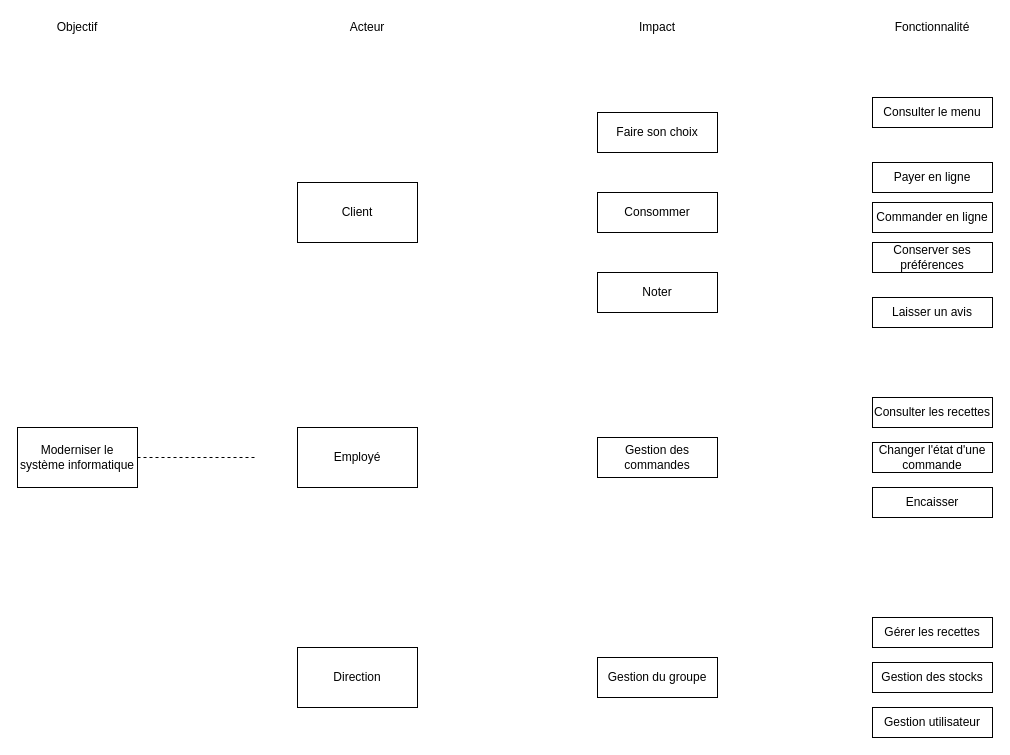
Before: Impact map.drawio in damien-devpy/OC-P4, a draw.io diagram. Source tidied: cells renumbered, new cells numbered last; positions are measured from the earlier drawing's top-left corner, leaving out a move shared by most shapes. Both pictures are drawn from the tidied source at 100%, with x=0, y=0 at pixel (17, 17).
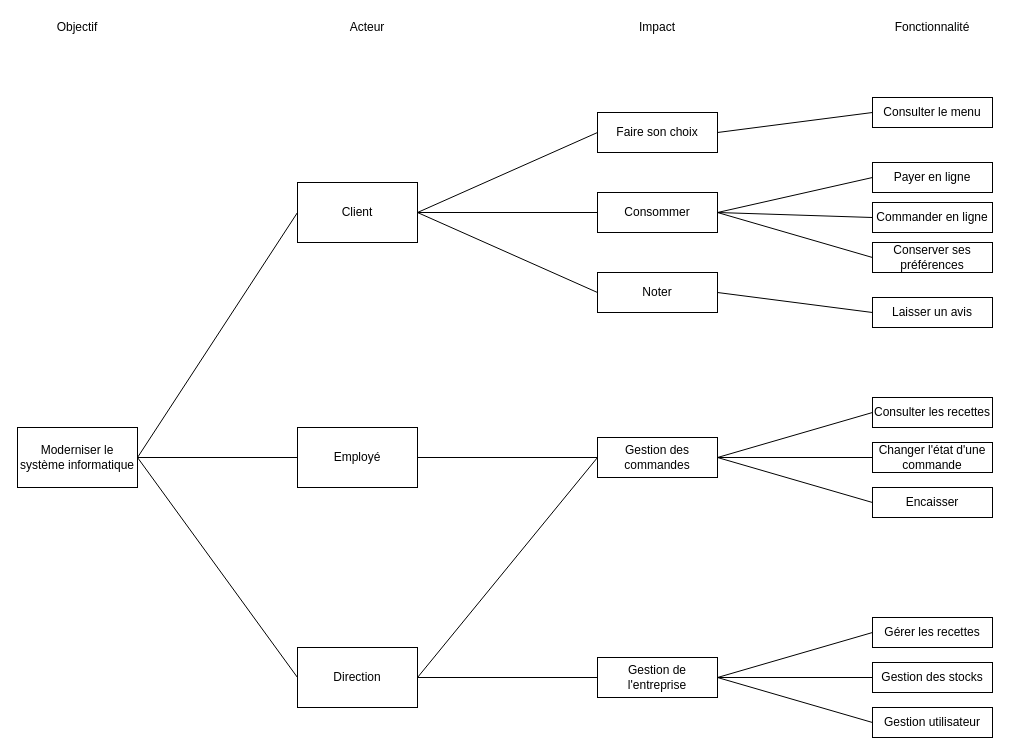
After the change.

The change refers to these unchanged cells:
```xml
<mxCell id="2" value="Moderniser le système informatique" style="rounded=0;whiteSpace=wrap;html=1;" parent="1" vertex="1">
  <mxGeometry y="410" width="120" height="60" as="geometry" />
</mxCell>
<mxCell id="8" value="Client" style="rounded=0;whiteSpace=wrap;html=1;" parent="1" vertex="1">
  <mxGeometry x="280" y="165" width="120" height="60" as="geometry" />
</mxCell>
<mxCell id="9" value="Employé" style="rounded=0;whiteSpace=wrap;html=1;" parent="1" vertex="1">
  <mxGeometry x="280" y="410" width="120" height="60" as="geometry" />
</mxCell>
<mxCell id="10" value="Direction" style="rounded=0;whiteSpace=wrap;html=1;" parent="1" vertex="1">
  <mxGeometry x="280" y="630" width="120" height="60" as="geometry" />
</mxCell>
<mxCell id="11" value="Noter" style="rounded=0;whiteSpace=wrap;html=1;" parent="1" vertex="1">
  <mxGeometry x="580" y="255" width="120" height="40" as="geometry" />
</mxCell>
<mxCell id="12" value="Consommer" style="rounded=0;whiteSpace=wrap;html=1;" parent="1" vertex="1">
  <mxGeometry x="580" y="175" width="120" height="40" as="geometry" />
</mxCell>
<mxCell id="13" value="Faire son choix" style="rounded=0;whiteSpace=wrap;html=1;" parent="1" vertex="1">
  <mxGeometry x="580" y="95" width="120" height="40" as="geometry" />
</mxCell>
<mxCell id="14" value="Gestion des commandes" style="rounded=0;whiteSpace=wrap;html=1;" parent="1" vertex="1">
  <mxGeometry x="580" y="420" width="120" height="40" as="geometry" />
</mxCell>
<mxCell id="16" value="Gérer les recettes" style="rounded=0;whiteSpace=wrap;html=1;" parent="1" vertex="1">
  <mxGeometry x="855" y="600" width="120" height="30" as="geometry" />
</mxCell>
<mxCell id="17" value="Gestion des stocks" style="rounded=0;whiteSpace=wrap;html=1;" parent="1" vertex="1">
  <mxGeometry x="855" y="645" width="120" height="30" as="geometry" />
</mxCell>
<mxCell id="18" value="Gestion utilisateur" style="rounded=0;whiteSpace=wrap;html=1;" parent="1" vertex="1">
  <mxGeometry x="855" y="690" width="120" height="30" as="geometry" />
</mxCell>
<mxCell id="19" value="Changer l'état d'une commande" style="rounded=0;whiteSpace=wrap;html=1;" parent="1" vertex="1">
  <mxGeometry x="855" y="425" width="120" height="30" as="geometry" />
</mxCell>
<mxCell id="20" value="Encaisser" style="rounded=0;whiteSpace=wrap;html=1;" parent="1" vertex="1">
  <mxGeometry x="855" y="470" width="120" height="30" as="geometry" />
</mxCell>
<mxCell id="21" value="Consulter les recettes" style="rounded=0;whiteSpace=wrap;html=1;" parent="1" vertex="1">
  <mxGeometry x="855" y="380" width="120" height="30" as="geometry" />
</mxCell>
<mxCell id="22" value="Laisser un avis" style="rounded=0;whiteSpace=wrap;html=1;" parent="1" vertex="1">
  <mxGeometry x="855" y="280" width="120" height="30" as="geometry" />
</mxCell>
<mxCell id="23" value="Commander en ligne" style="rounded=0;whiteSpace=wrap;html=1;" parent="1" vertex="1">
  <mxGeometry x="855" y="185" width="120" height="30" as="geometry" />
</mxCell>
<mxCell id="24" value="Conserver ses préférences" style="rounded=0;whiteSpace=wrap;html=1;" parent="1" vertex="1">
  <mxGeometry x="855" y="225" width="120" height="30" as="geometry" />
</mxCell>
<mxCell id="25" value="Consulter le menu" style="rounded=0;whiteSpace=wrap;html=1;" parent="1" vertex="1">
  <mxGeometry x="855" y="80" width="120" height="30" as="geometry" />
</mxCell>
<mxCell id="26" value="Payer en ligne" style="rounded=0;whiteSpace=wrap;html=1;" parent="1" vertex="1">
  <mxGeometry x="855" y="145" width="120" height="30" as="geometry" />
</mxCell>
```

What changed in the source:
```diff
@@
-    <mxCell id="7" style="endArrow=none;dashed=1;html=1;exitX=1;exitY=0.5;exitDx=0;exitDy=0;" parent="1" edge="1" source="2">
-      <mxGeometry relative="1" as="geometry">
-        <mxPoint x="240" y="440" as="targetPoint" />
-      </mxGeometry>
-    </mxCell>
+    <mxCell id="27" style="rounded=0;jettySize=auto;html=1;exitX=1;exitY=0.5;exitDx=0;exitDy=0;entryX=0;entryY=0.5;entryDx=0;entryDy=0;endArrow=none;endFill=0;" parent="1" edge="1" source="8" target="13">
+      <mxGeometry relative="1" as="geometry" />
+    </mxCell>
+    <mxCell id="28" style="edgeStyle=none;rounded=0;jettySize=auto;html=1;exitX=1;exitY=0.5;exitDx=0;exitDy=0;entryX=0;entryY=0.5;entryDx=0;entryDy=0;endArrow=none;endFill=0;" parent="1" edge="1" source="8" target="12">
+      <mxGeometry relative="1" as="geometry" />
+    </mxCell>
+    <mxCell id="29" style="edgeStyle=none;rounded=0;jettySize=auto;html=1;exitX=1;exitY=0.5;exitDx=0;exitDy=0;entryX=0;entryY=0.5;entryDx=0;entryDy=0;endArrow=none;endFill=0;" parent="1" edge="1" source="8" target="11">
+      <mxGeometry relative="1" as="geometry" />
+    </mxCell>
@@
+    <mxCell id="30" style="edgeStyle=none;rounded=0;jettySize=auto;html=1;exitX=1;exitY=0.5;exitDx=0;exitDy=0;entryX=0;entryY=0.5;entryDx=0;entryDy=0;endArrow=none;endFill=0;" parent="1" edge="1" source="9" target="14">
+      <mxGeometry relative="1" as="geometry" />
+    </mxCell>
@@
+    <mxCell id="31" style="edgeStyle=none;rounded=0;jettySize=auto;html=1;exitX=1;exitY=0.5;exitDx=0;exitDy=0;entryX=0;entryY=0.5;entryDx=0;entryDy=0;endArrow=none;endFill=0;" parent="1" edge="1" source="10" target="15">
+      <mxGeometry relative="1" as="geometry" />
+    </mxCell>
+    <mxCell id="32" style="edgeStyle=none;rounded=0;jettySize=auto;html=1;exitX=1;exitY=0.5;exitDx=0;exitDy=0;entryX=0;entryY=0.5;entryDx=0;entryDy=0;endArrow=none;endFill=0;" parent="1" edge="1" source="10" target="14">
+      <mxGeometry relative="1" as="geometry" />
+    </mxCell>
@@
+    <mxCell id="33" style="edgeStyle=none;rounded=0;jettySize=auto;html=1;exitX=1;exitY=0.5;exitDx=0;exitDy=0;entryX=0;entryY=0.5;entryDx=0;entryDy=0;endArrow=none;endFill=0;" parent="1" edge="1" source="11" target="22">
+      <mxGeometry relative="1" as="geometry" />
+    </mxCell>
@@
+    <mxCell id="34" style="edgeStyle=none;rounded=0;jettySize=auto;html=1;exitX=1;exitY=0.5;exitDx=0;exitDy=0;entryX=0;entryY=0.5;entryDx=0;entryDy=0;endArrow=none;endFill=0;" parent="1" edge="1" source="12" target="26">
+      <mxGeometry relative="1" as="geometry" />
+    </mxCell>
+    <mxCell id="35" style="edgeStyle=none;rounded=0;jettySize=auto;html=1;exitX=1;exitY=0.5;exitDx=0;exitDy=0;entryX=0;entryY=0.5;entryDx=0;entryDy=0;endArrow=none;endFill=0;" parent="1" edge="1" source="12" target="23">
+      <mxGeometry relative="1" as="geometry" />
+    </mxCell>
+    <mxCell id="36" style="edgeStyle=none;rounded=0;jettySize=auto;html=1;exitX=1;exitY=0.5;exitDx=0;exitDy=0;entryX=0;entryY=0.5;entryDx=0;entryDy=0;endArrow=none;endFill=0;" parent="1" edge="1" source="12" target="24">
+      <mxGeometry relative="1" as="geometry" />
+    </mxCell>
@@
+    <mxCell id="37" style="edgeStyle=none;rounded=0;jettySize=auto;html=1;exitX=1;exitY=0.5;exitDx=0;exitDy=0;entryX=0;entryY=0.5;entryDx=0;entryDy=0;endArrow=none;endFill=0;" parent="1" edge="1" source="13" target="25">
+      <mxGeometry relative="1" as="geometry" />
+    </mxCell>
@@
+    <mxCell id="38" style="edgeStyle=none;rounded=0;jettySize=auto;html=1;exitX=1;exitY=0.5;exitDx=0;exitDy=0;entryX=0;entryY=0.5;entryDx=0;entryDy=0;endArrow=none;endFill=0;" parent="1" edge="1" source="14" target="21">
+      <mxGeometry relative="1" as="geometry" />
+    </mxCell>
+    <mxCell id="39" style="edgeStyle=none;rounded=0;jettySize=auto;html=1;exitX=1;exitY=0.5;exitDx=0;exitDy=0;entryX=0;entryY=0.5;entryDx=0;entryDy=0;endArrow=none;endFill=0;" parent="1" edge="1" source="14" target="19">
+      <mxGeometry relative="1" as="geometry" />
+    </mxCell>
+    <mxCell id="40" style="edgeStyle=none;rounded=0;jettySize=auto;html=1;exitX=1;exitY=0.5;exitDx=0;exitDy=0;entryX=0;entryY=0.5;entryDx=0;entryDy=0;endArrow=none;endFill=0;" parent="1" edge="1" source="14" target="20">
+      <mxGeometry relative="1" as="geometry" />
+    </mxCell>
@@
+    <mxCell id="41" style="edgeStyle=none;rounded=0;jettySize=auto;html=1;exitX=1;exitY=0.5;exitDx=0;exitDy=0;entryX=0;entryY=0.5;entryDx=0;entryDy=0;endArrow=none;endFill=0;" parent="1" edge="1" source="15" target="16">
+      <mxGeometry relative="1" as="geometry" />
+    </mxCell>
+    <mxCell id="42" style="edgeStyle=none;rounded=0;jettySize=auto;html=1;exitX=1;exitY=0.5;exitDx=0;exitDy=0;entryX=0;entryY=0.5;entryDx=0;entryDy=0;endArrow=none;endFill=0;" parent="1" edge="1" source="15" target="17">
+      <mxGeometry relative="1" as="geometry" />
+    </mxCell>
+    <mxCell id="43" style="edgeStyle=none;rounded=0;jettySize=auto;html=1;exitX=1;exitY=0.5;exitDx=0;exitDy=0;entryX=0;entryY=0.5;entryDx=0;entryDy=0;endArrow=none;endFill=0;" parent="1" edge="1" source="15" target="18">
+      <mxGeometry relative="1" as="geometry" />
+    </mxCell>
-    <mxCell id="15" value="Gestion du groupe" style="rounded=0;whiteSpace=wrap;html=1;" parent="1" vertex="1">
+    <mxCell id="15" value="Gestion de l'entreprise" style="rounded=0;whiteSpace=wrap;html=1;" parent="1" vertex="1">
       <mxGeometry x="580" y="640" width="120" height="40" as="geometry" />
     </mxCell>
@@
+    <mxCell id="44" style="endArrow=none;html=1;exitX=1;exitY=0.5;exitDx=0;exitDy=0;entryX=0;entryY=0.5;entryDx=0;entryDy=0;" parent="1" edge="1" source="2" target="8">
+      <mxGeometry relative="1" as="geometry" />
+    </mxCell>
+    <mxCell id="45" style="endArrow=none;html=1;exitX=1;exitY=0.5;exitDx=0;exitDy=0;entryX=0;entryY=0.5;entryDx=0;entryDy=0;" parent="1" edge="1" source="2" target="9">
+      <mxGeometry relative="1" as="geometry" />
+    </mxCell>
+    <mxCell id="46" style="endArrow=none;html=1;exitX=1;exitY=0.5;exitDx=0;exitDy=0;entryX=0;entryY=0.5;entryDx=0;entryDy=0;" parent="1" edge="1" source="2" target="10">
+      <mxGeometry relative="1" as="geometry" />
+    </mxCell>
```
